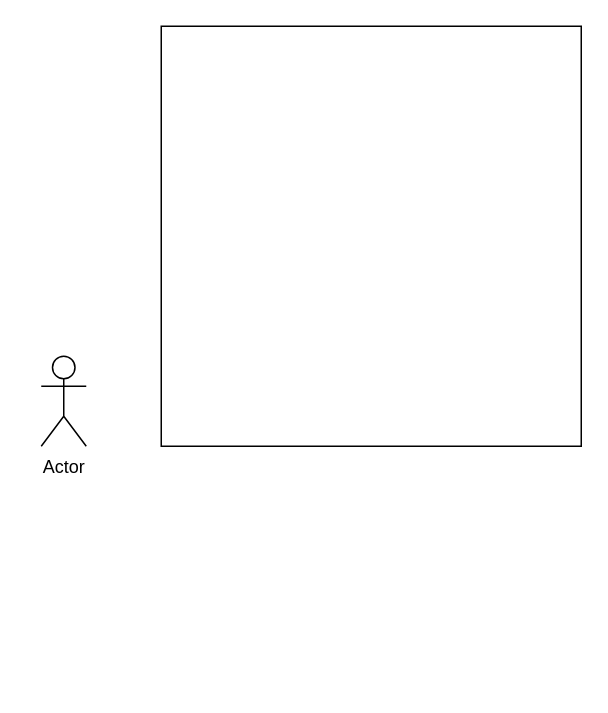
The draw.io diagram umi.drawio in heveanna/primeiros-projetos, before the edit. Source tidied: cells renumbered, new cells numbered last; positions are measured from the earlier drawing's top-left corner, leaving out a move shared by most shapes. Both pictures are drawn from the tidied source at 150%, with x=0, y=0 at pixel (40, 26).
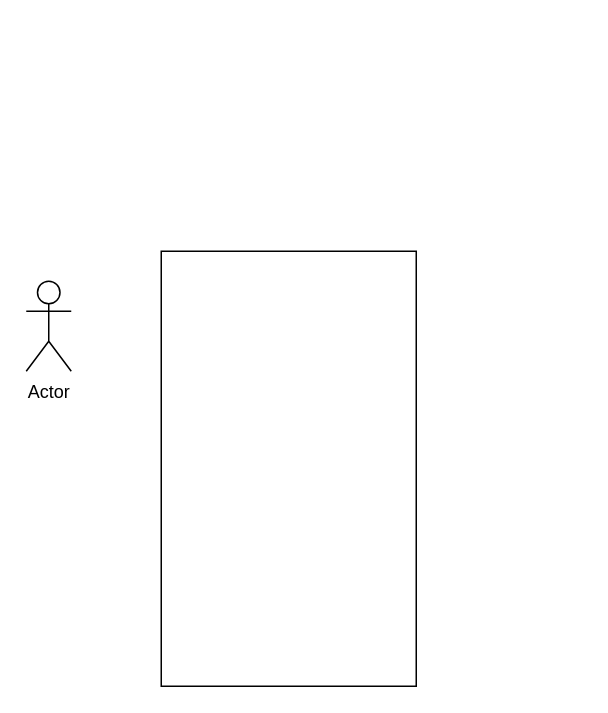
After the change.

The edit, as a diff of the source:
```diff
@@
 <mxGraphModel>
   <root>
     <mxCell id="0" />
     <mxCell id="1" parent="0" />
     <mxCell id="2" value="Actor" style="shape=umlActor;verticalLabelPosition=bottom;verticalAlign=top;html=1;" parent="1" vertex="1">
-      <mxGeometry y="220" width="30" height="60" as="geometry" />
+      <mxGeometry x="-10" y="170" width="30" height="60" as="geometry" />
     </mxCell>
-    <mxCell id="3" style="whiteSpace=wrap;html=1;" parent="1" vertex="1">
-      <mxGeometry x="80" width="280" height="280" as="geometry" />
+    <mxCell id="3" style="rounded=0;whiteSpace=wrap;html=1;" parent="1" vertex="1">
+      <mxGeometry x="80" y="150" width="170" height="290" as="geometry" />
     </mxCell>
   </root>
 </mxGraphModel>
```
